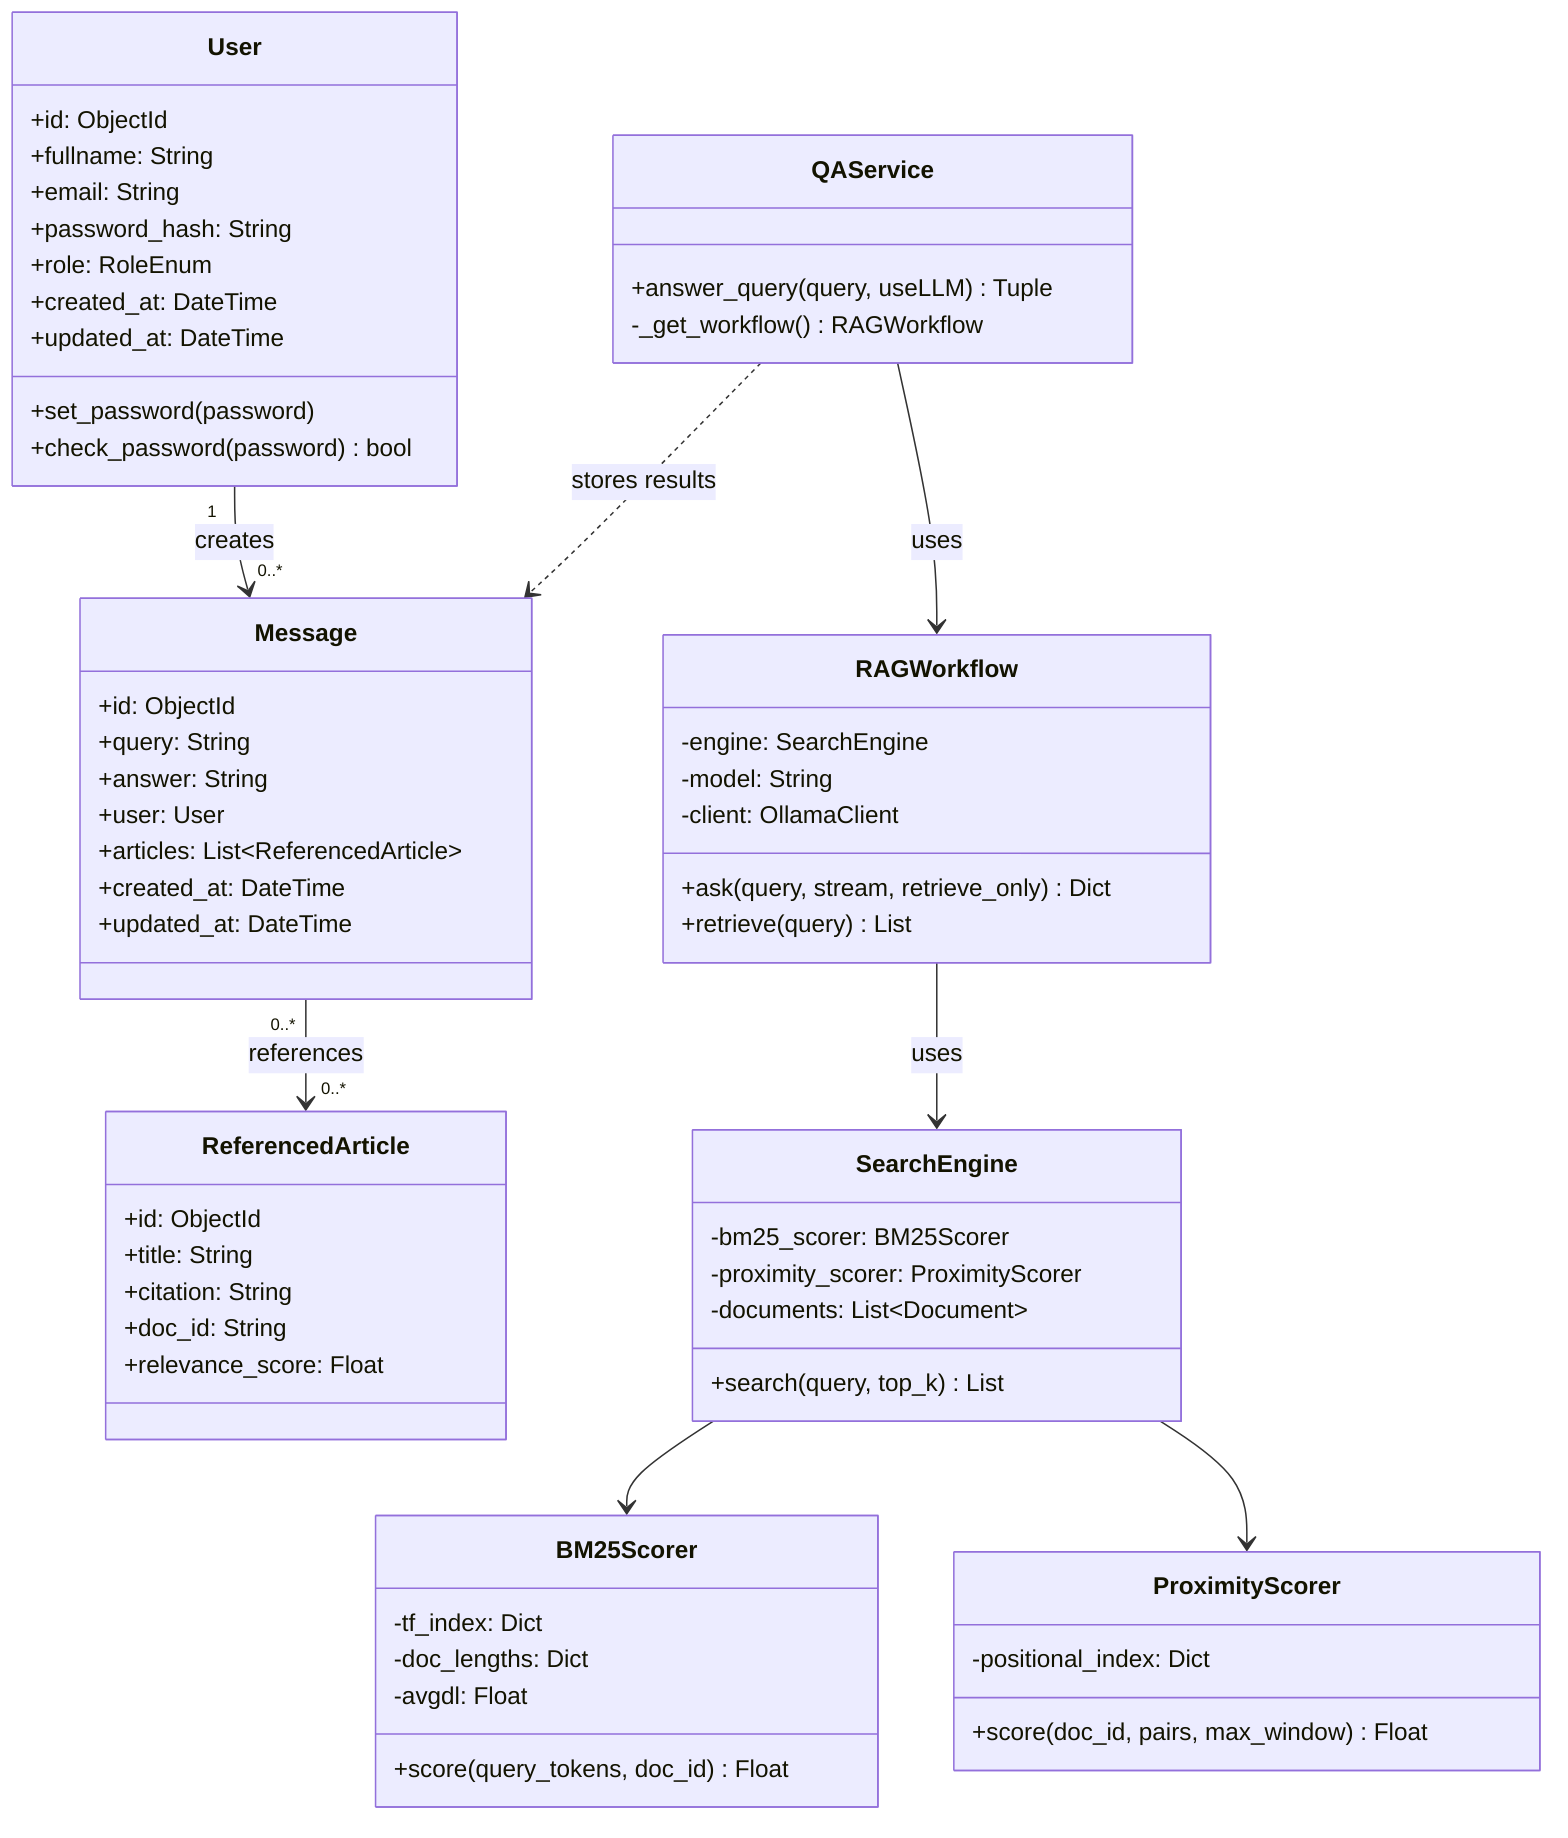
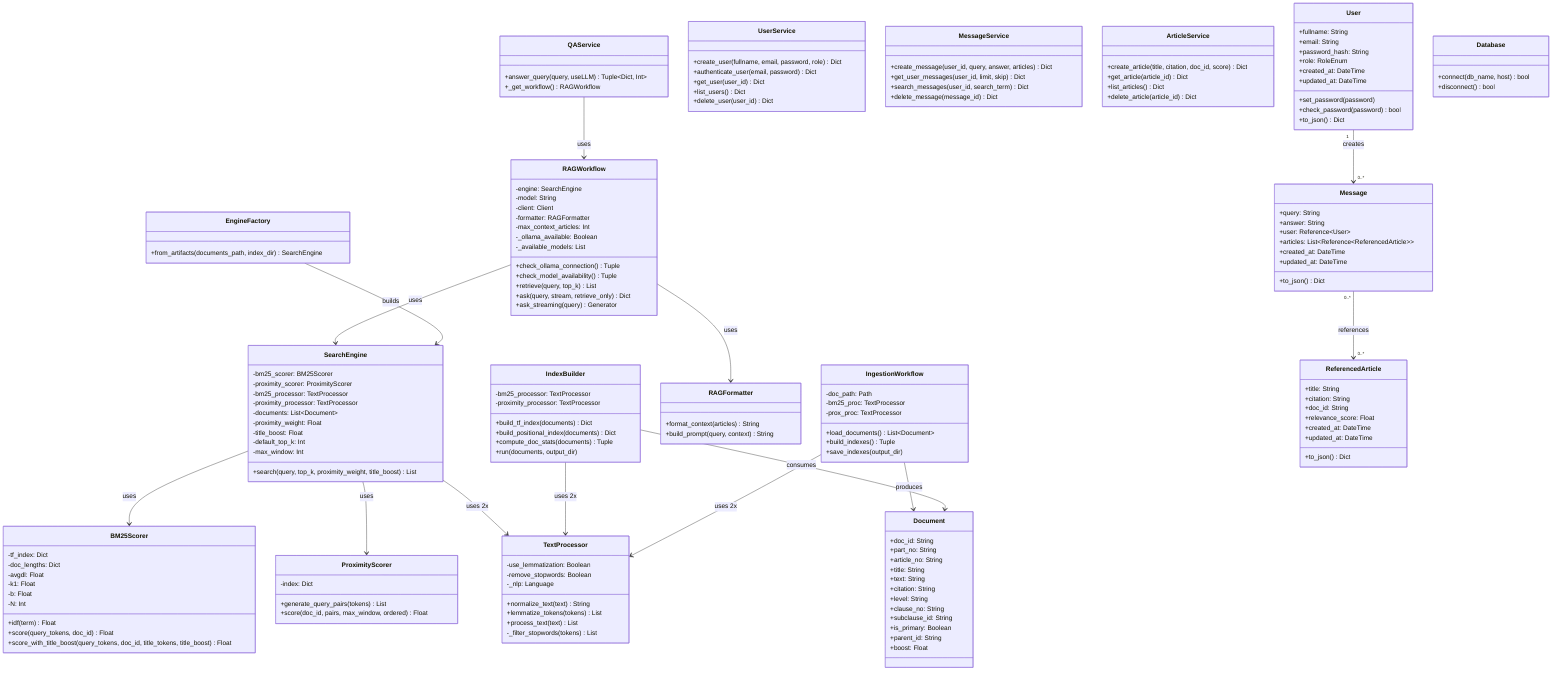
classDiagram
+     class Document {
+         +doc_id: String
+         +part_no: String
+         +article_no: String
+         +title: String
+         +text: String
+         +citation: String
+         +level: String
+         +clause_no: String
+         +subclause_id: String
+         +is_primary: Boolean
+         +parent_id: String
+         +boost: Float
+     }
+ 
+     class TextProcessor {
+         -use_lemmatization: Boolean
+         -remove_stopwords: Boolean
+         -_nlp: Language
+         +normalize_text(text) String
+         +lemmatize_tokens(tokens) List
+         +process_text(text) List
+         -_filter_stopwords(tokens) List
+     }
+ 
+     class IndexBuilder {
+         -bm25_processor: TextProcessor
+         -proximity_processor: TextProcessor
+         +build_tf_index(documents) Dict
+         +build_positional_index(documents) Dict
+         +compute_doc_stats(documents) Tuple
+         +run(documents, output_dir)
+     }
+ 
+     class BM25Scorer {
+         -tf_index: Dict
+         -doc_lengths: Dict
+         -avgdl: Float
+         -k1: Float
+         -b: Float
+         -N: Int
+         +idf(term) Float
+         +score(query_tokens, doc_id) Float
+         +score_with_title_boost(query_tokens, doc_id, title_tokens, title_boost) Float
+     }
+ 
+     class ProximityScorer {
+         -index: Dict
+         +generate_query_pairs(tokens) List
+         +score(doc_id, pairs, max_window, ordered) Float
+     }
+ 
+     class SearchEngine {
+         -bm25_scorer: BM25Scorer
+         -proximity_scorer: ProximityScorer
+         -bm25_processor: TextProcessor
+         -proximity_processor: TextProcessor
+         -documents: List~Document~
+         -proximity_weight: Float
+         -title_boost: Float
+         -default_top_k: Int
+         -max_window: Int
+         +search(query, top_k, proximity_weight, title_boost) List
+     }
+ 
+     class EngineFactory {
+         +from_artifacts(documents_path, index_dir) SearchEngine
+     }
+ 
+     class RAGFormatter {
+         +format_context(articles) String
+         +build_prompt(query, context) String
+     }
+ 
+     class RAGWorkflow {
+         -engine: SearchEngine
+         -model: String
+         -client: Client
+         -formatter: RAGFormatter
+         -max_context_articles: Int
+         -_ollama_available: Boolean
+         -_available_models: List
+         +check_ollama_connection() Tuple
+         +check_model_availability() Tuple
+         +retrieve(query, top_k) List
+         +ask(query, stream, retrieve_only) Dict
+         +ask_streaming(query) Generator
+     }
+ 
+     class QAService {
+         +answer_query(query, useLLM) Tuple~Dict, Int~
+         +_get_workflow() RAGWorkflow
+     }
+ 
+     class UserService {
+         +create_user(fullname, email, password, role) Dict
+         +authenticate_user(email, password) Dict
+         +get_user(user_id) Dict
+         +list_users() Dict
+         +delete_user(user_id) Dict
+     }
+ 
+     class MessageService {
+         +create_message(user_id, query, answer, articles) Dict
+         +get_user_messages(user_id, limit, skip) Dict
+         +search_messages(user_id, search_term) Dict
+         +delete_message(message_id) Dict
+     }
+ 
+     class ArticleService {
+         +create_article(title, citation, doc_id, score) Dict
+         +get_article(article_id) Dict
+         +list_articles() Dict
+         +delete_article(article_id) Dict
+     }
+ 
+     class IngestionWorkflow {
+         -doc_path: Path
+         -bm25_proc: TextProcessor
+         -prox_proc: TextProcessor
+         +load_documents() List~Document~
+         +build_indexes() Tuple
+         +save_indexes(output_dir)
+     }
+ 
    class User {
-         +id: ObjectId
        +fullname: String
        +email: String
        +password_hash: String
        +role: RoleEnum
        +created_at: DateTime
        +updated_at: DateTime
        +set_password(password)
        +check_password(password) bool
+         +to_json() Dict
+     }
+ 
+     class Message {
+         +query: String
+         +answer: String
+         +user: Reference~User~
+         +articles: List~Reference~ReferencedArticle~~
+         +created_at: DateTime
+         +updated_at: DateTime
+         +to_json() Dict
    }

    class ReferencedArticle {
-         +id: ObjectId
        +title: String
        +citation: String
        +doc_id: String
        +relevance_score: Float
+         +created_at: DateTime
+         +updated_at: DateTime
+         +to_json() Dict
    }

-     class Message {
-         +id: ObjectId
-         +query: String
-         +answer: String
-         +user: User
-         +articles: List~ReferencedArticle~
-         +created_at: DateTime
-         +updated_at: DateTime
-     }
- 
-     class QAService {
-         +answer_query(query, useLLM) Tuple
-         -_get_workflow() RAGWorkflow
-     }
- 
-     class RAGWorkflow {
-         -engine: SearchEngine
-         -model: String
-         -client: OllamaClient
-         +ask(query, stream, retrieve_only) Dict
-         +retrieve(query) List
-     }
- 
-     class SearchEngine {
-         -bm25_scorer: BM25Scorer
-         -proximity_scorer: ProximityScorer
-         -documents: List~Document~
-         +search(query, top_k) List
-     }
- 
-     class BM25Scorer {
-         -tf_index: Dict
-         -doc_lengths: Dict
-         -avgdl: Float
-         +score(query_tokens, doc_id) Float
-     }
- 
-     class ProximityScorer {
-         -positional_index: Dict
-         +score(doc_id, pairs, max_window) Float
+     class Database {
+         +connect(db_name, host) bool
+         +disconnect() bool
    }

    User "1" --> "0..*" Message : creates
    Message "0..*" --> "0..*" ReferencedArticle : references
    QAService --> RAGWorkflow : uses
    RAGWorkflow --> SearchEngine : uses
-     SearchEngine --> BM25Scorer
-     SearchEngine --> ProximityScorer
-     QAService ..> Message : stores results+     RAGWorkflow --> RAGFormatter : uses
+     SearchEngine --> BM25Scorer : uses
+     SearchEngine --> ProximityScorer : uses
+     SearchEngine --> TextProcessor : uses 2x
+     EngineFactory --> SearchEngine : builds
+     IndexBuilder --> TextProcessor : uses 2x
+     IngestionWorkflow --> TextProcessor : uses 2x
+     IngestionWorkflow --> Document : produces
+     IndexBuilder --> Document : consumes
